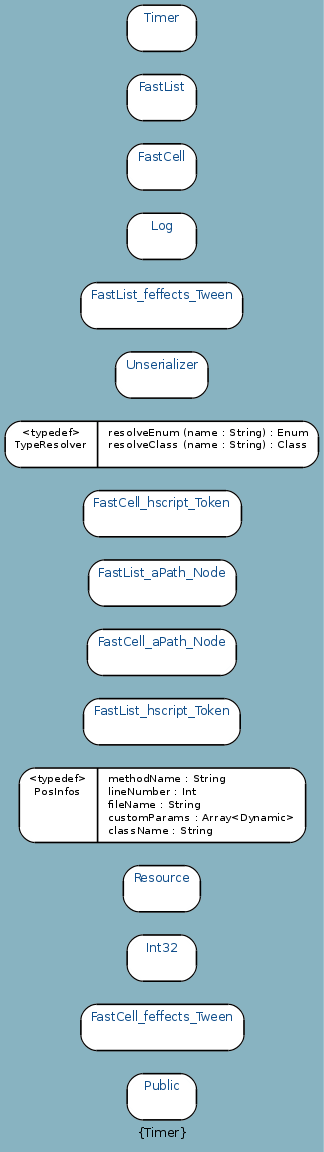
Before: docs/uml/haxe_I.png, a diagram exported from Graphviz (google-code-export/haxegui). Its source is kept beside it as docs/uml/haxe_I.dot. Its diagram source:
```dot
digraph uml {
	graph [label="Package: haxe Inheritance", ratio=compress, rankdir=LR, size="24,12", overlap=false, fontname=Sans, fontsize=10, bgcolor="#88B3C1", fontcolor=black];
	node [label="\N", fontname=Sans, fontsize=8, shape=record, color=black, fontcolor=black];
	edge [fontname=Sans, fontsize=8, minlen=3, color=black, fontcolor=black];
	graph [label="{Timer}",
		lp="122,10",
		bb="0,0,244,889"];
	"haxe.Public" [label="{Public}", fontsize=10, fontcolor="#104E8B", style="rounded,filled", fillcolor=white, URL="../types/haxe/Public.html", tooltip=Public, portPos=e, pos="122,39", rects="95,21,149,57", width="0.75", height="0.50"];
	"haxe.FastCell_feffects_Tween" [label="{FastCell_feffects_Tween}", fontsize=10, fontcolor="#104E8B", style="rounded,filled", fillcolor=white, URL="../types/haxe/FastCell_feffects_Tween.html", tooltip=FastCell_feffects_Tween, portPos=e, pos="122,93", rects="59,75,186,111", width="1.75", height="0.50"];
	"haxe.Int32" [label="{Int32}", fontsize=10, fontcolor="#104E8B", style="rounded,filled", fillcolor=white, URL="../types/haxe/Int32.html", tooltip=Int32, portPos=e, pos="122,147", rects="95,129,149,165", width="0.75", height="0.50"];
	"haxe.Resource" [label="{Resource}", fontsize=10, fontcolor="#104E8B", style="rounded,filled", fillcolor=white, URL="../types/haxe/Resource.html", tooltip=Resource, portPos=e, pos="122,201", rects="92,183,152,219", width="0.83", height="0.50"];
	"haxe.PosInfos" [label="{\<typedef\>\nPosInfos|methodName : String\llineNumber : Int\lfileName : String\lcustomParams : Array\<Dynamic\>\lclassName : St\
ring\l}", style="rounded,filled", fillcolor=white, pos="122,266", rects="11,237,72,295 72,237,234,295", width="3.08", height="0.81"];
	"haxe.FastList_hscript_Token" [label="{FastList_hscript_Token}", fontsize=10, fontcolor="#104E8B", style="rounded,filled", fillcolor=white, URL="../types/haxe/FastList_hscript_Token.html", tooltip=FastList_hscript_Token, portPos=e, pos="122,331", rects="61,313,183,349", width="1.69", height="0.50"];
	"haxe.FastCell_aPath_Node" [label="{FastCell_aPath_Node}", fontsize=10, fontcolor="#104E8B", style="rounded,filled", fillcolor=white, URL="../types/haxe/FastCell_aPath_Node.html", tooltip=FastCell_aPath_Node, portPos=e, pos="122,385", rects="64,367,180,403", width="1.61", height="0.50"];
	"haxe.FastList_aPath_Node" [label="{FastList_aPath_Node}", fontsize=10, fontcolor="#104E8B", style="rounded,filled", fillcolor=white, URL="../types/haxe/FastList_aPath_Node.html", tooltip=FastList_aPath_Node, portPos=e, pos="122,439", rects="65,421,180,457", width="1.58", height="0.50"];
	"haxe.FastCell_hscript_Token" [label="{FastCell_hscript_Token}", fontsize=10, fontcolor="#104E8B", style="rounded,filled", fillcolor=white, URL="../types/haxe/FastCell_hscript_Token.html", tooltip=FastCell_hscript_Token, portPos=e, pos="122,493", rects="61,475,184,511", width="1.69", height="0.50"];
	"haxe.TypeResolver" [label="{\<typedef\>\nTypeResolver|resolveEnum (name : String) : Enum\lresolveClass (name : String) : Class\l}", style="rounded,filled", fillcolor=white, pos="122,547", rects="0,529,72,565 72,529,244,565", width="3.39", height="0.50"];
	"haxe.Unserializer" [label="{Unserializer}", fontsize=10, fontcolor="#104E8B", style="rounded,filled", fillcolor=white, URL="../types/haxe/Unserializer.html", tooltip=Unserializer, portPos=e, pos="122,601", rects="86,583,158,619", width="1.00", height="0.50"];
	"haxe.FastList_feffects_Tween" [label="{FastList_feffects_Tween}", fontsize=10, fontcolor="#104E8B", style="rounded,filled", fillcolor=white, URL="../types/haxe/FastList_feffects_Tween.html", tooltip=FastList_feffects_Tween, portPos=e, pos="122,655", rects="59,637,185,673", width="1.75", height="0.50"];
	"haxe.Log" [label="{Log}", fontsize=10, fontcolor="#104E8B", style="rounded,filled", fillcolor=white, URL="../types/haxe/Log.html", tooltip=Log, portPos=e, pos="122,709", rects="95,691,149,727", width="0.75", height="0.50"];
	"haxe.FastCell" [label="{FastCell}", fontsize=10, fontcolor="#104E8B", style="rounded,filled", fillcolor=white, URL="../types/haxe/FastCell.html", tooltip=FastCell, portPos=e, pos="122,763", rects="95,745,149,781", width="0.75", height="0.50"];
	"haxe.FastList" [label="{FastList}", fontsize=10, fontcolor="#104E8B", style="rounded,filled", fillcolor=white, URL="../types/haxe/FastList.html", tooltip=FastList, portPos=e, pos="122,817", rects="95,799,149,835", width="0.75", height="0.50"];
	"haxe.Timer" [label="{Timer}", fontsize=10, fontcolor="#104E8B", style="rounded,filled", fillcolor=white, URL="../types/haxe/Timer.html", tooltip=Timer, portPos=e, pos="122,871", rects="95,853,149,889", width="0.75", height="0.50"];
}
```
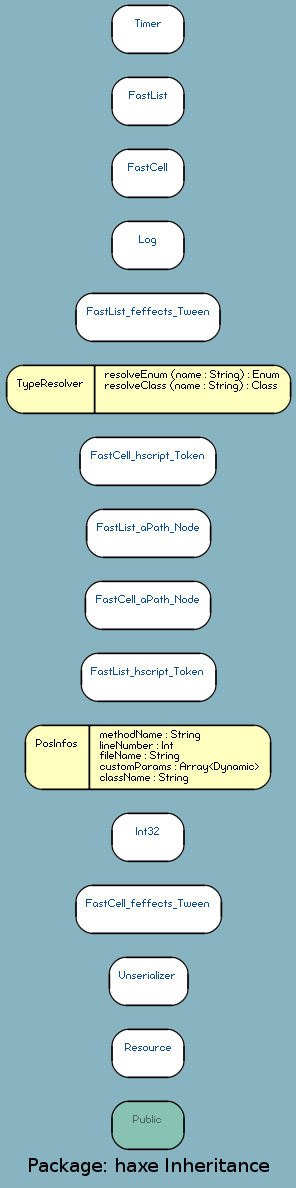
Later version of the same file.

The edit, as a diff of the source:
```diff
@@ -1,25 +1,23 @@
 digraph uml {
-	graph [label="Package: haxe Inheritance", ratio=compress, rankdir=LR, size="24,12", overlap=false, fontname=Sans, fontsize=10, bgcolor="#88B3C1", fontcolor=black];
-	node [label="\N", fontname=Sans, fontsize=8, shape=record, color=black, fontcolor=black];
-	edge [fontname=Sans, fontsize=8, minlen=3, color=black, fontcolor=black];
-	graph [label="{Timer}",
-		lp="122,10",
-		bb="0,0,244,889"];
-	"haxe.Public" [label="{Public}", fontsize=10, fontcolor="#104E8B", style="rounded,filled", fillcolor=white, URL="../types/haxe/Public.html", tooltip=Public, portPos=e, pos="122,39", rects="95,21,149,57", width="0.75", height="0.50"];
-	"haxe.FastCell_feffects_Tween" [label="{FastCell_feffects_Tween}", fontsize=10, fontcolor="#104E8B", style="rounded,filled", fillcolor=white, URL="../types/haxe/FastCell_feffects_Tween.html", tooltip=FastCell_feffects_Tween, portPos=e, pos="122,93", rects="59,75,186,111", width="1.75", height="0.50"];
-	"haxe.Int32" [label="{Int32}", fontsize=10, fontcolor="#104E8B", style="rounded,filled", fillcolor=white, URL="../types/haxe/Int32.html", tooltip=Int32, portPos=e, pos="122,147", rects="95,129,149,165", width="0.75", height="0.50"];
-	"haxe.Resource" [label="{Resource}", fontsize=10, fontcolor="#104E8B", style="rounded,filled", fillcolor=white, URL="../types/haxe/Resource.html", tooltip=Resource, portPos=e, pos="122,201", rects="92,183,152,219", width="0.83", height="0.50"];
-	"haxe.PosInfos" [label="{\<typedef\>\nPosInfos|methodName : String\llineNumber : Int\lfileName : String\lcustomParams : Array\<Dynamic\>\lclassName : St\
-ring\l}", style="rounded,filled", fillcolor=white, pos="122,266", rects="11,237,72,295 72,237,234,295", width="3.08", height="0.81"];
-	"haxe.FastList_hscript_Token" [label="{FastList_hscript_Token}", fontsize=10, fontcolor="#104E8B", style="rounded,filled", fillcolor=white, URL="../types/haxe/FastList_hscript_Token.html", tooltip=FastList_hscript_Token, portPos=e, pos="122,331", rects="61,313,183,349", width="1.69", height="0.50"];
-	"haxe.FastCell_aPath_Node" [label="{FastCell_aPath_Node}", fontsize=10, fontcolor="#104E8B", style="rounded,filled", fillcolor=white, URL="../types/haxe/FastCell_aPath_Node.html", tooltip=FastCell_aPath_Node, portPos=e, pos="122,385", rects="64,367,180,403", width="1.61", height="0.50"];
-	"haxe.FastList_aPath_Node" [label="{FastList_aPath_Node}", fontsize=10, fontcolor="#104E8B", style="rounded,filled", fillcolor=white, URL="../types/haxe/FastList_aPath_Node.html", tooltip=FastList_aPath_Node, portPos=e, pos="122,439", rects="65,421,180,457", width="1.58", height="0.50"];
-	"haxe.FastCell_hscript_Token" [label="{FastCell_hscript_Token}", fontsize=10, fontcolor="#104E8B", style="rounded,filled", fillcolor=white, URL="../types/haxe/FastCell_hscript_Token.html", tooltip=FastCell_hscript_Token, portPos=e, pos="122,493", rects="61,475,184,511", width="1.69", height="0.50"];
-	"haxe.TypeResolver" [label="{\<typedef\>\nTypeResolver|resolveEnum (name : String) : Enum\lresolveClass (name : String) : Class\l}", style="rounded,filled", fillcolor=white, pos="122,547", rects="0,529,72,565 72,529,244,565", width="3.39", height="0.50"];
-	"haxe.Unserializer" [label="{Unserializer}", fontsize=10, fontcolor="#104E8B", style="rounded,filled", fillcolor=white, URL="../types/haxe/Unserializer.html", tooltip=Unserializer, portPos=e, pos="122,601", rects="86,583,158,619", width="1.00", height="0.50"];
-	"haxe.FastList_feffects_Tween" [label="{FastList_feffects_Tween}", fontsize=10, fontcolor="#104E8B", style="rounded,filled", fillcolor=white, URL="../types/haxe/FastList_feffects_Tween.html", tooltip=FastList_feffects_Tween, portPos=e, pos="122,655", rects="59,637,185,673", width="1.75", height="0.50"];
-	"haxe.Log" [label="{Log}", fontsize=10, fontcolor="#104E8B", style="rounded,filled", fillcolor=white, URL="../types/haxe/Log.html", tooltip=Log, portPos=e, pos="122,709", rects="95,691,149,727", width="0.75", height="0.50"];
-	"haxe.FastCell" [label="{FastCell}", fontsize=10, fontcolor="#104E8B", style="rounded,filled", fillcolor=white, URL="../types/haxe/FastCell.html", tooltip=FastCell, portPos=e, pos="122,763", rects="95,745,149,781", width="0.75", height="0.50"];
-	"haxe.FastList" [label="{FastList}", fontsize=10, fontcolor="#104E8B", style="rounded,filled", fillcolor=white, URL="../types/haxe/FastList.html", tooltip=FastList, portPos=e, pos="122,817", rects="95,799,149,835", width="0.75", height="0.50"];
-	"haxe.Timer" [label="{Timer}", fontsize=10, fontcolor="#104E8B", style="rounded,filled", fillcolor=white, URL="../types/haxe/Timer.html", tooltip=Timer, portPos=e, pos="122,871", rects="95,853,149,889", width="0.75", height="0.50"];
+	graph [label="Package: haxe Inheritance", ratio=compress, rankdir=RL, smoothing=avg_dist, overlap=compress, packMode="graph", labelloc=c, fontname="DejaVu Sans Condenesed", fontsize=14, bgcolor="#88B3C1", fontcolor=black];
+	node [label="\N", style="rounded,filled", fillcolor="#96c288", fontcolor="#104E8B", fontname="FFF Harmony", fontsize=6, shape=record, color=black];
+	edge [fontname=Sans, fontsize=8, minlen="1.2", color=black, fontcolor=black];
+	graph [lp="107,12",
+		bb="0,0,214,883"];
+	"haxe.Public" [label="{\nPublic}", fillcolor="#88c2b3", fontcolor="#496962", URL="../types/haxe/Public.html", tooltip="\nPublic", portPos=w, pos="107,43", rects="80,25,134,61", width="0.75", height="0.50"];
+	"haxe.Resource" [label="{\nResource}", fillcolor=white, URL="../types/haxe/Resource.html", tooltip="\nResource", portPos=w, pos="107,97", rects="80,79,134,115", width="0.75", height="0.50"];
+	"haxe.Unserializer" [label="{\nUnserializer}", fillcolor=white, URL="../types/haxe/Unserializer.html", tooltip="\nUnserializer", portPos=w, pos="107,151", rects="78,133,137,169", width="0.81", height="0.50"];
+	"haxe.FastCell_feffects_Tween" [label="{\nFastCell_feffects_Tween}", fillcolor=white, URL="../types/haxe/FastCell_feffects_Tween.html", tooltip="\nFastCell_feffects_Tween", portPos=w, pos="107,205", rects="53,187,162,223", width="1.50", height="0.50"];
+	"haxe.Int32" [label="{\nInt32}", fillcolor=white, URL="../types/haxe/Int32.html", tooltip="\nInt32", portPos=w, pos="107,259", rects="80,241,134,277", width="0.75", height="0.50"];
+	"haxe.PosInfos" [label="{\nPosInfos|methodName : String\llineNumber : Int\lfileName : String\lcustomParams : Array\<Dynamic\>\lclassName : String\l}", fillcolor="#ffffbf", fontcolor=black, pos="107,319", rects="15,295,63,343 63,295,199,343", width="2.56", height="0.67"];
+	"haxe.FastList_hscript_Token" [label="{\nFastList_hscript_Token}", fillcolor=white, URL="../types/haxe/FastList_hscript_Token.html", tooltip="\nFastList_hscript_Token", portPos=w, pos="107,379", rects="57,361,158,397", width="1.39", height="0.50"];
+	"haxe.FastCell_aPath_Node" [label="{\nFastCell_aPath_Node}", fillcolor=white, URL="../types/haxe/FastCell_aPath_Node.html", tooltip="\nFastCell_aPath_Node", portPos=w, pos="107,433", rects="60,415,154,451", width="1.31", height="0.50"];
+	"haxe.FastList_aPath_Node" [label="{\nFastList_aPath_Node}", fillcolor=white, URL="../types/haxe/FastList_aPath_Node.html", tooltip="\nFastList_aPath_Node", portPos=w, pos="107,487", rects="61,469,154,505", width="1.28", height="0.50"];
+	"haxe.FastCell_hscript_Token" [label="{\nFastCell_hscript_Token}", fillcolor=white, URL="../types/haxe/FastCell_hscript_Token.html", tooltip="\nFastCell_hscript_Token", portPos=w, pos="107,541", rects="56,523,158,559", width="1.42", height="0.50"];
+	"haxe.TypeResolver" [label="{\nTypeResolver|resolveEnum (name : String) : Enum\lresolveClass (name : String) : Class\l}", fillcolor="#ffffbf", fontcolor=black, pos="107,595", rects="1,577,67,613 67,577,214,613", width="2.94", height="0.50"];
+	"haxe.FastList_feffects_Tween" [label="{\nFastList_feffects_Tween}", fillcolor=white, URL="../types/haxe/FastList_feffects_Tween.html", tooltip="\nFastList_feffects_Tween", portPos=w, pos="107,649", rects="53,631,161,667", width="1.50", height="0.50"];
+	"haxe.Log" [label="{\nLog}", fillcolor=white, URL="../types/haxe/Log.html", tooltip="\nLog", portPos=w, pos="107,703", rects="80,685,134,721", width="0.75", height="0.50"];
+	"haxe.FastCell" [label="{\nFastCell}", fillcolor=white, URL="../types/haxe/FastCell.html", tooltip="\nFastCell", portPos=w, pos="107,757", rects="80,739,134,775", width="0.75", height="0.50"];
+	"haxe.FastList" [label="{\nFastList}", fillcolor=white, URL="../types/haxe/FastList.html", tooltip="\nFastList", portPos=w, pos="107,811", rects="80,793,134,829", width="0.75", height="0.50"];
+	"haxe.Timer" [label="{\nTimer}", fillcolor=white, URL="../types/haxe/Timer.html", tooltip="\nTimer", portPos=w, pos="107,865", rects="80,847,134,883", width="0.75", height="0.50"];
 }
```
